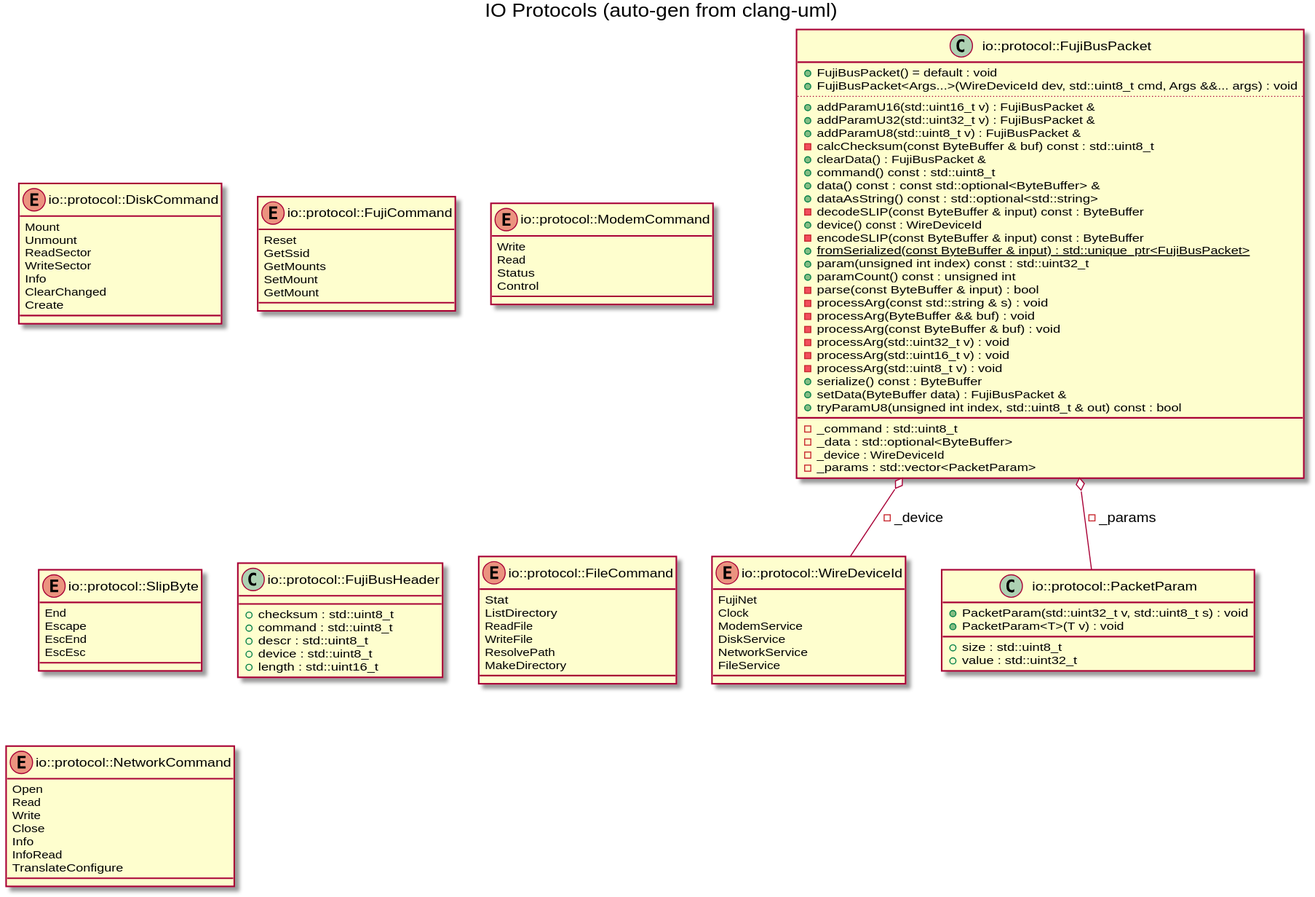
Earlier version of the PlantUML export docs/images/gen_io_protocol.svg (jeffpiep/fujinet-nio).
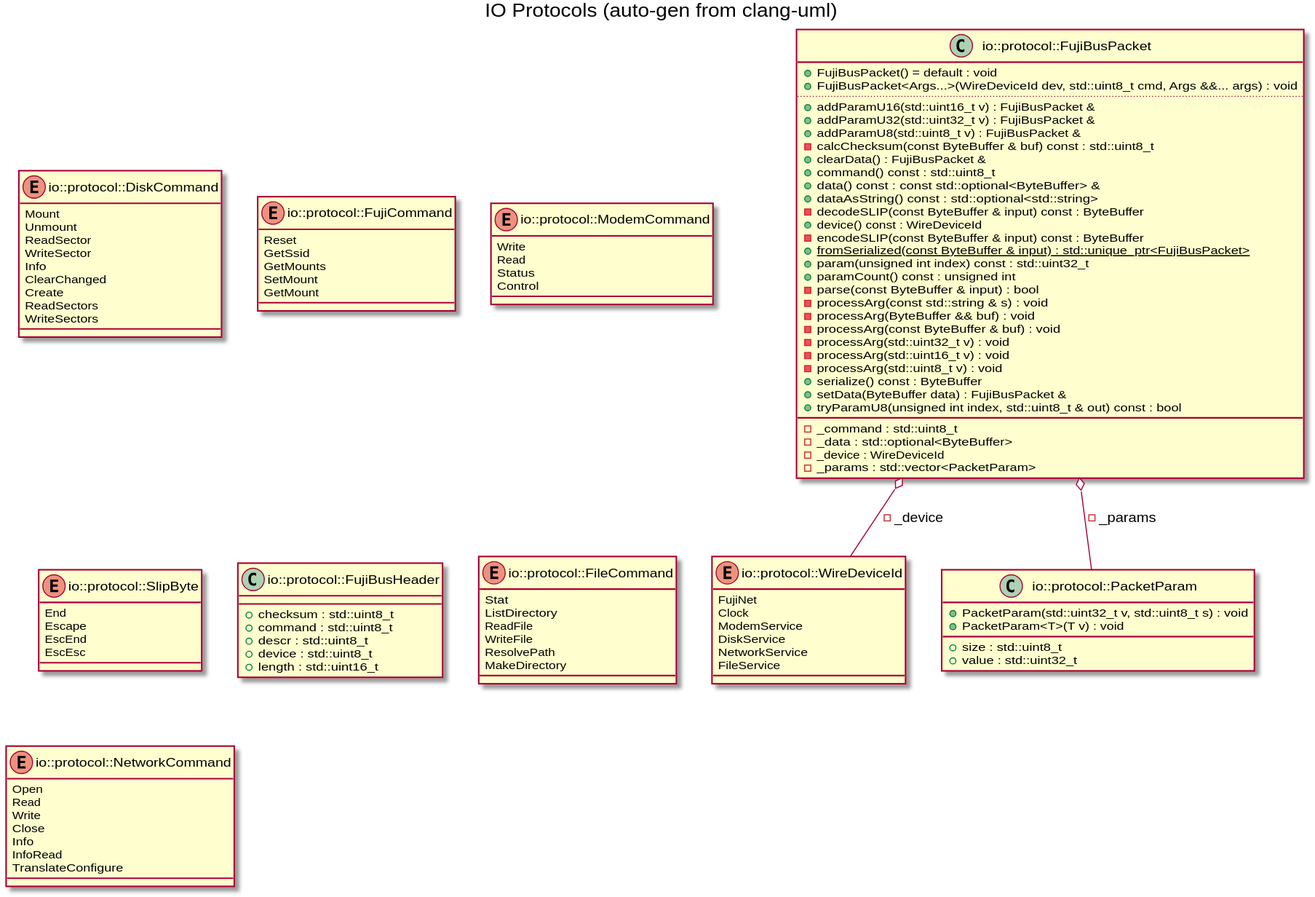
The same diagram one commit later.

Commit message:
chore: update auto-generated UML diagrams

What changed in the source:
```diff
@@ -18,6 +18,8 @@
 Info
 ClearChanged
 Create
+ReadSectors
+WriteSectors
 }
 enum "io::protocol::FujiCommand" as C_0004628219160953719395
 enum C_0004628219160953719395 {
```
